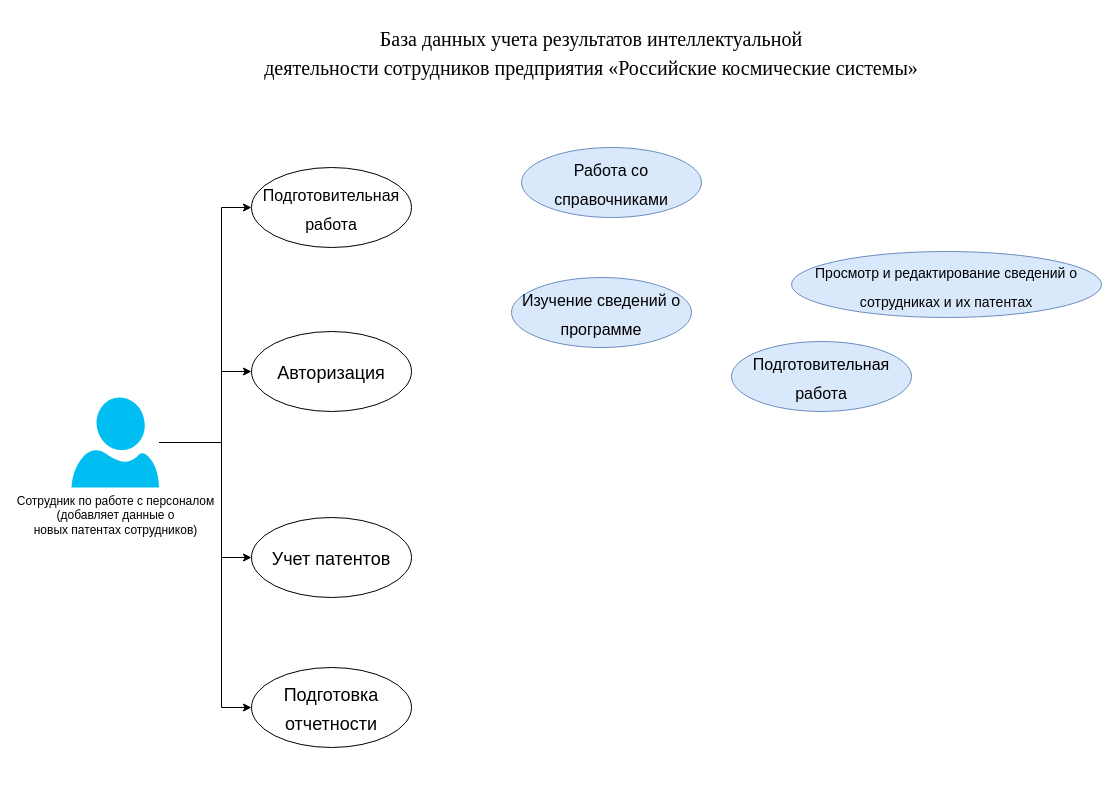
Before: BD_Lab2-2.drawio in lexa-pnz/BD_Scheme, a draw.io diagram. Source tidied: cells renumbered, new cells numbered last; positions are measured from the earlier drawing's top-left corner, leaving out a move shared by most shapes. Both pictures are drawn from the tidied source at 100%, with x=0, y=0 at pixel (71, 17).
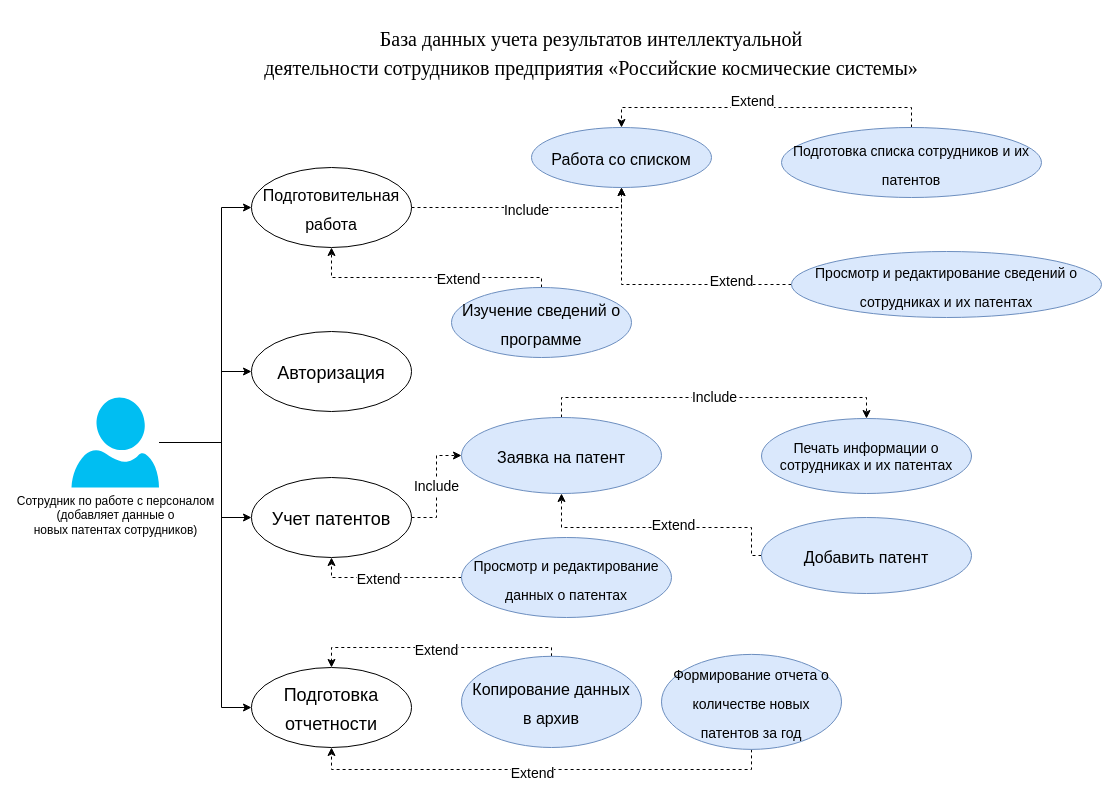
Above is the later version.

The change refers to these unchanged cells:
```xml
<mxCell id="6" value="Сотрудник по работе с персоналом&lt;br&gt;(добавляет данные о &lt;br&gt;новых патентах сотрудников)" style="verticalLabelPosition=bottom;html=1;verticalAlign=top;align=center;strokeColor=none;fillColor=#00BEF2;shape=mxgraph.azure.user;" parent="1" vertex="1">
  <mxGeometry y="380" width="87.5" height="90" as="geometry" />
</mxCell>
<mxCell id="9" value="&lt;font style=&quot;font-size: 18px&quot;&gt;Подготовка отчетности&lt;/font&gt;" style="ellipse;whiteSpace=wrap;html=1;fontSize=24;" parent="1" vertex="1">
  <mxGeometry x="180" y="650" width="160" height="80" as="geometry" />
</mxCell>
<mxCell id="10" value="&lt;font style=&quot;font-size: 16px&quot;&gt;Подготовительная работа&lt;/font&gt;" style="ellipse;whiteSpace=wrap;html=1;fontSize=24;" parent="1" vertex="1">
  <mxGeometry x="180" y="150" width="160" height="80" as="geometry" />
</mxCell>
<mxCell id="13" value="&lt;font style=&quot;font-size: 14px&quot;&gt;Просмотр и редактирование сведений о сотрудниках и их патентах&lt;/font&gt;" style="ellipse;whiteSpace=wrap;html=1;fontSize=24;fillColor=#dae8fc;strokeColor=#6c8ebf;" parent="1" vertex="1">
  <mxGeometry x="720" y="234" width="310" height="66" as="geometry" />
</mxCell>
```

Change to the diagram source:
```diff
@@
     <mxCell id="4" style="edgeStyle=orthogonalEdgeStyle;rounded=0;jettySize=auto;html=1;entryX=0;entryY=0.5;entryDx=0;entryDy=0;fontSize=24;" parent="1" edge="1" source="6" target="11">
       <mxGeometry relative="1" as="geometry">
         <Array as="points">
           <mxPoint x="150" y="425" />
-          <mxPoint x="150" y="540" />
+          <mxPoint x="150" y="500" />
         </Array>
       </mxGeometry>
     </mxCell>
@@
+    <mxCell id="16" value="&lt;font style=&quot;font-size: 14px&quot;&gt;Include&lt;/font&gt;" style="edgeStyle=orthogonalEdgeStyle;rounded=0;jettySize=auto;html=1;entryX=0.5;entryY=1;entryDx=0;entryDy=0;fontSize=24;dashed=1;" parent="1" edge="1" source="10" target="12">
+      <mxGeometry relative="1" as="geometry" />
+    </mxCell>
@@
+    <mxCell id="17" value="&lt;font style=&quot;font-size: 14px&quot;&gt;Include&lt;/font&gt;" style="edgeStyle=orthogonalEdgeStyle;rounded=0;jettySize=auto;html=1;entryX=0;entryY=0.5;entryDx=0;entryDy=0;dashed=1;fontSize=14;" parent="1" edge="1" source="11" target="31">
+      <mxGeometry relative="1" as="geometry" />
+    </mxCell>
     <mxCell id="11" value="&lt;font style=&quot;font-size: 18px&quot;&gt;Учет патентов&lt;/font&gt;" style="ellipse;whiteSpace=wrap;html=1;fontSize=24;" parent="1" vertex="1">
-      <mxGeometry x="180" y="500" width="160" height="80" as="geometry" />
+      <mxGeometry x="180" y="460" width="160" height="80" as="geometry" />
     </mxCell>
-    <mxCell id="12" value="&lt;font style=&quot;font-size: 16px&quot;&gt;Работа со справочниками&lt;/font&gt;" style="ellipse;whiteSpace=wrap;html=1;fontSize=24;fillColor=#dae8fc;strokeColor=#6c8ebf;" parent="1" vertex="1">
-      <mxGeometry x="450" y="130" width="180" height="70" as="geometry" />
+    <mxCell id="12" value="&lt;font style=&quot;font-size: 16px&quot;&gt;Работа со списком&lt;/font&gt;" style="ellipse;whiteSpace=wrap;html=1;fontSize=24;fillColor=#dae8fc;strokeColor=#6c8ebf;" parent="1" vertex="1">
+      <mxGeometry x="460" y="110" width="180" height="60" as="geometry" />
     </mxCell>
+    <mxCell id="18" style="edgeStyle=orthogonalEdgeStyle;rounded=0;jettySize=auto;html=1;entryX=0.5;entryY=1;entryDx=0;entryDy=0;dashed=1;fontSize=24;" parent="1" edge="1" source="13" target="12">
+      <mxGeometry relative="1" as="geometry" />
+    </mxCell>
+    <mxCell id="19" value="&lt;font style=&quot;font-size: 14px&quot;&gt;Extend&lt;/font&gt;" style="edgeLabel;html=1;align=center;verticalAlign=middle;fontSize=24;" parent="18" vertex="1">
+      <mxGeometry x="-0.54" relative="1" as="geometry">
+        <mxPoint y="-7" as="offset" />
+      </mxGeometry>
+    </mxCell>
@@
+    <mxCell id="20" style="edgeStyle=orthogonalEdgeStyle;rounded=0;jettySize=auto;html=1;entryX=0.5;entryY=1;entryDx=0;entryDy=0;dashed=1;fontSize=24;" parent="1" edge="1" source="14" target="10">
+      <mxGeometry relative="1" as="geometry">
+        <Array as="points">
+          <mxPoint x="470" y="260" />
+          <mxPoint x="260" y="260" />
+        </Array>
+      </mxGeometry>
+    </mxCell>
+    <mxCell id="21" value="&lt;font style=&quot;font-size: 14px&quot;&gt;Extend&lt;/font&gt;" style="edgeLabel;html=1;align=center;verticalAlign=middle;fontSize=24;" parent="20" vertex="1">
+      <mxGeometry x="-0.25" y="-2" relative="1" as="geometry" />
+    </mxCell>
     <mxCell id="14" value="&lt;font style=&quot;font-size: 16px&quot;&gt;Изучение сведений о программе&lt;/font&gt;" style="ellipse;whiteSpace=wrap;html=1;fontSize=24;fillColor=#dae8fc;strokeColor=#6c8ebf;" parent="1" vertex="1">
-      <mxGeometry x="440" y="260" width="180" height="70" as="geometry" />
+      <mxGeometry x="380" y="270" width="180" height="70" as="geometry" />
     </mxCell>
-    <mxCell id="15" value="&lt;font style=&quot;font-size: 16px&quot;&gt;Подготовительная работа&lt;/font&gt;" style="ellipse;whiteSpace=wrap;html=1;fontSize=24;fillColor=#dae8fc;strokeColor=#6c8ebf;" parent="1" vertex="1">
-      <mxGeometry x="660" y="324" width="180" height="70" as="geometry" />
-    </mxCell>
+    <mxCell id="22" style="edgeStyle=orthogonalEdgeStyle;rounded=0;jettySize=auto;html=1;entryX=0.5;entryY=0;entryDx=0;entryDy=0;dashed=1;fontSize=24;" parent="1" edge="1" source="24" target="12">
+      <mxGeometry relative="1" as="geometry">
+        <Array as="points">
+          <mxPoint x="840" y="90" />
+          <mxPoint x="550" y="90" />
+        </Array>
+      </mxGeometry>
+    </mxCell>
+    <mxCell id="23" value="&lt;font style=&quot;font-size: 14px&quot;&gt;Extend&lt;/font&gt;" style="edgeLabel;html=1;align=center;verticalAlign=middle;fontSize=24;" parent="22" vertex="1">
+      <mxGeometry x="0.12" y="3" relative="1" as="geometry">
+        <mxPoint x="5" y="-13" as="offset" />
+      </mxGeometry>
+    </mxCell>
+    <mxCell id="24" value="&lt;font style=&quot;font-size: 14px&quot;&gt;Подготовка списка сотрудников и их патентов&lt;/font&gt;" style="ellipse;whiteSpace=wrap;html=1;fontSize=24;fillColor=#dae8fc;strokeColor=#6c8ebf;" parent="1" vertex="1">
+      <mxGeometry x="710" y="110" width="260" height="70" as="geometry" />
+    </mxCell>
+    <mxCell id="25" value="&lt;font style=&quot;font-size: 14px&quot;&gt;Extend&lt;/font&gt;" style="edgeStyle=orthogonalEdgeStyle;rounded=0;jettySize=auto;html=1;entryX=0.5;entryY=0;entryDx=0;entryDy=0;dashed=1;fontSize=24;" parent="1" edge="1" source="26" target="9">
+      <mxGeometry relative="1" as="geometry">
+        <Array as="points">
+          <mxPoint x="480" y="630" />
+          <mxPoint x="260" y="630" />
+        </Array>
+      </mxGeometry>
+    </mxCell>
+    <mxCell id="26" value="&lt;span style=&quot;font-size: 16px&quot;&gt;Копирование данных &lt;br&gt;в архив&lt;/span&gt;" style="ellipse;whiteSpace=wrap;html=1;fontSize=24;fillColor=#dae8fc;strokeColor=#6c8ebf;" parent="1" vertex="1">
+      <mxGeometry x="390" y="638.8" width="180" height="91.2" as="geometry" />
+    </mxCell>
+    <mxCell id="27" style="edgeStyle=orthogonalEdgeStyle;rounded=0;jettySize=auto;html=1;entryX=0.5;entryY=1;entryDx=0;entryDy=0;dashed=1;fontSize=24;" parent="1" edge="1" source="29" target="9">
+      <mxGeometry relative="1" as="geometry">
+        <Array as="points">
+          <mxPoint x="680" y="752" />
+          <mxPoint x="260" y="752" />
+        </Array>
+      </mxGeometry>
+    </mxCell>
+    <mxCell id="28" value="&lt;font style=&quot;font-size: 14px&quot;&gt;Extend&lt;/font&gt;" style="edgeLabel;html=1;align=center;verticalAlign=middle;fontSize=24;" parent="27" vertex="1">
+      <mxGeometry x="0.04" relative="1" as="geometry" />
+    </mxCell>
+    <mxCell id="29" value="&lt;font style=&quot;font-size: 14px&quot;&gt;Формирование отчета о количестве новых патентов за год&lt;/font&gt;" style="ellipse;whiteSpace=wrap;html=1;fontSize=24;fillColor=#dae8fc;strokeColor=#6c8ebf;" parent="1" vertex="1">
+      <mxGeometry x="590" y="636.9" width="180" height="95" as="geometry" />
+    </mxCell>
+    <mxCell id="30" value="&lt;font style=&quot;font-size: 14px&quot;&gt;Include&lt;/font&gt;" style="edgeStyle=orthogonalEdgeStyle;rounded=0;jettySize=auto;html=1;entryX=0.5;entryY=0;entryDx=0;entryDy=0;dashed=1;fontSize=14;exitX=0.5;exitY=0;exitDx=0;exitDy=0;" parent="1" edge="1" source="31" target="32">
+      <mxGeometry relative="1" as="geometry" />
+    </mxCell>
+    <mxCell id="31" value="&lt;font style=&quot;font-size: 16px&quot;&gt;Заявка на патент&lt;/font&gt;" style="ellipse;whiteSpace=wrap;html=1;fontSize=24;fillColor=#dae8fc;strokeColor=#6c8ebf;" parent="1" vertex="1">
+      <mxGeometry x="390" y="400" width="200" height="76" as="geometry" />
+    </mxCell>
+    <mxCell id="32" value="&lt;font style=&quot;font-size: 14px;&quot;&gt;Печать информации о сотрудниках и их патентах&lt;/font&gt;" style="ellipse;whiteSpace=wrap;html=1;fontSize=14;fillColor=#dae8fc;strokeColor=#6c8ebf;" parent="1" vertex="1">
+      <mxGeometry x="690" y="401" width="210" height="75" as="geometry" />
+    </mxCell>
+    <mxCell id="33" style="edgeStyle=orthogonalEdgeStyle;rounded=0;jettySize=auto;html=1;entryX=0.5;entryY=1;entryDx=0;entryDy=0;dashed=1;fontSize=14;exitX=0;exitY=0.5;exitDx=0;exitDy=0;" parent="1" edge="1" source="35" target="31">
+      <mxGeometry relative="1" as="geometry">
+        <Array as="points">
+          <mxPoint x="680" y="538" />
+          <mxPoint x="680" y="510" />
+          <mxPoint x="490" y="510" />
+        </Array>
+      </mxGeometry>
+    </mxCell>
+    <mxCell id="34" value="&lt;font style=&quot;font-size: 14px&quot;&gt;Extend&lt;/font&gt;" style="edgeLabel;html=1;align=center;verticalAlign=middle;fontSize=14;" parent="33" vertex="1">
+      <mxGeometry x="-0.11" y="-3" relative="1" as="geometry" />
+    </mxCell>
+    <mxCell id="35" value="&lt;span style=&quot;font-size: 16px&quot;&gt;Добавить патент&lt;/span&gt;" style="ellipse;whiteSpace=wrap;html=1;fontSize=24;fillColor=#dae8fc;strokeColor=#6c8ebf;" parent="1" vertex="1">
+      <mxGeometry x="690" y="500" width="210" height="76" as="geometry" />
+    </mxCell>
+    <mxCell id="36" style="edgeStyle=orthogonalEdgeStyle;rounded=0;jettySize=auto;html=1;entryX=0.5;entryY=1;entryDx=0;entryDy=0;dashed=1;fontSize=14;" parent="1" edge="1" source="38" target="11">
+      <mxGeometry relative="1" as="geometry" />
+    </mxCell>
+    <mxCell id="37" value="&lt;font style=&quot;font-size: 14px&quot;&gt;Extend&lt;/font&gt;" style="edgeLabel;html=1;align=center;verticalAlign=middle;fontSize=14;" parent="36" vertex="1">
+      <mxGeometry x="-0.06" y="1" relative="1" as="geometry">
+        <mxPoint x="-13" as="offset" />
+      </mxGeometry>
+    </mxCell>
+    <mxCell id="38" value="&lt;font style=&quot;font-size: 14px&quot;&gt;Просмотр и редактирование данных о патентах&lt;/font&gt;" style="ellipse;whiteSpace=wrap;html=1;fontSize=24;fillColor=#dae8fc;strokeColor=#6c8ebf;" parent="1" vertex="1">
+      <mxGeometry x="390" y="520" width="210" height="80" as="geometry" />
+    </mxCell>
```
